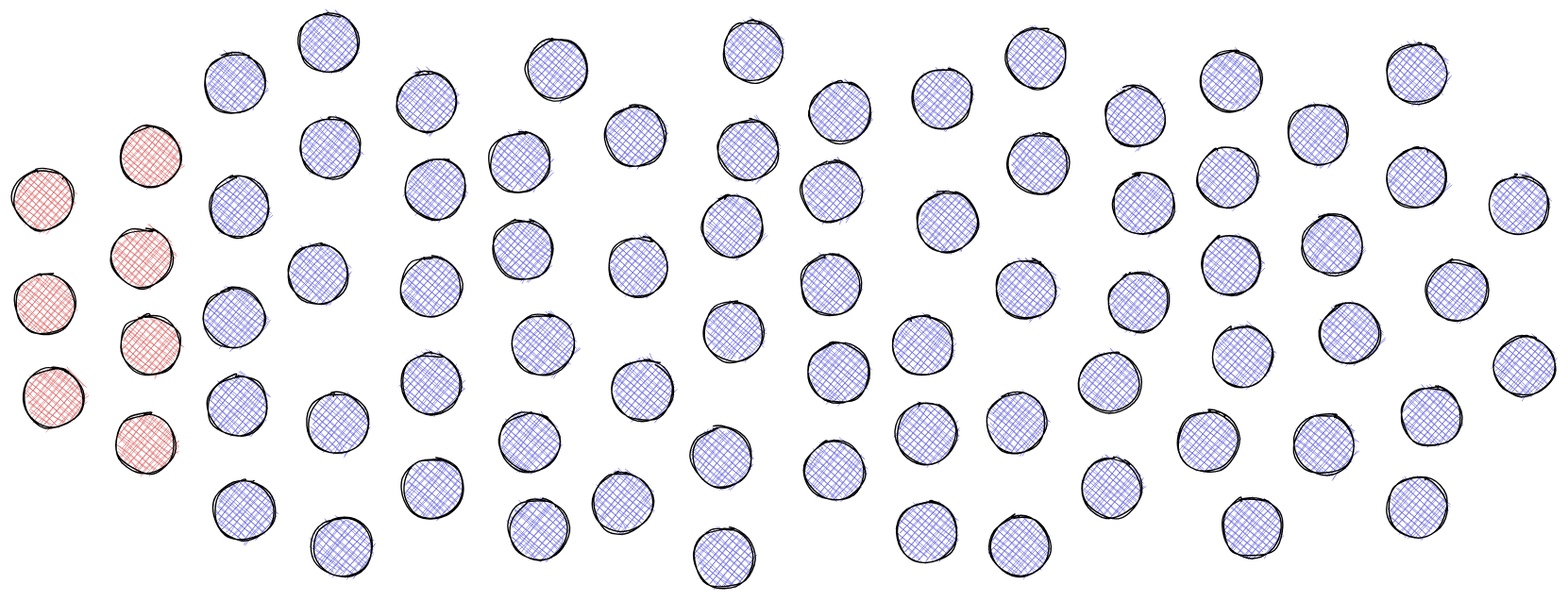
This is img/75claims.svg from tkuhn/sempub-ios-talk, a Excalidraw export, as it was before one commit. Source tidied: one line per element, renumbered; positions are measured from the earlier drawing's top-left corner, leaving out a move shared by most shapes.
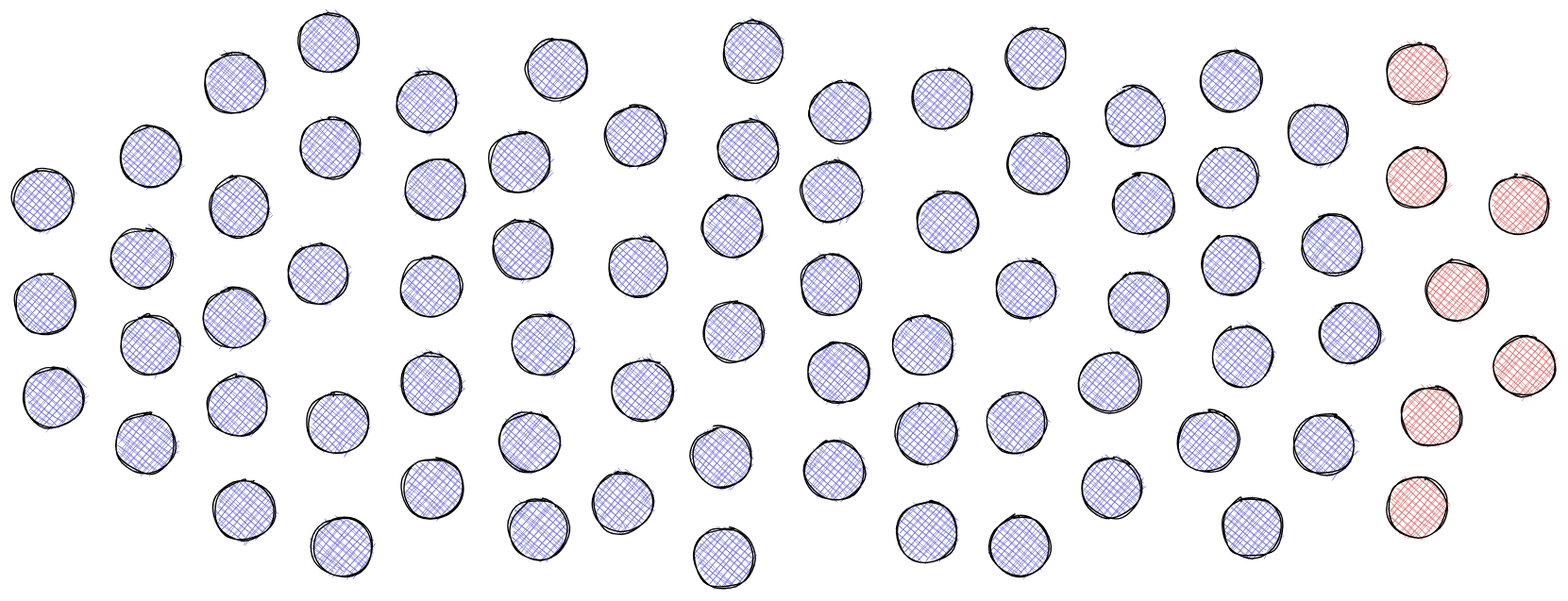
After the change.

Diff of the diagram source:
```diff
@@ -1,11 +1,11 @@
-{"id": 0, "type": "ellipse", "strokeColor": "#000000", "backgroundColor": "#66d", "fillStyle": "cross-hatch", "strokeWidth": 1, "roughness": 1, "x": 1121, "y": 245, "width": 46, "height": 46}
+{"id": 0, "type": "ellipse", "strokeColor": "#000000", "backgroundColor": "#d66", "fillStyle": "cross-hatch", "strokeWidth": 1, "roughness": 1, "x": 1121, "y": 245, "width": 46, "height": 46}
-{"id": 1, "type": "ellipse", "strokeColor": "#000000", "backgroundColor": "#d66", "fillStyle": "cross-hatch", "strokeWidth": 1, "roughness": 1, "x": 0, "y": 118, "width": 46, "height": 46}
+{"id": 1, "type": "ellipse", "strokeColor": "#000000", "backgroundColor": "#66d", "fillStyle": "cross-hatch", "strokeWidth": 1, "roughness": 1, "x": 0, "y": 118, "width": 46, "height": 46}
-{"id": 2, "type": "ellipse", "strokeColor": "#000000", "backgroundColor": "#d66", "fillStyle": "cross-hatch", "strokeWidth": 1, "roughness": 1, "x": 1, "y": 198, "width": 46, "height": 46}
+{"id": 2, "type": "ellipse", "strokeColor": "#000000", "backgroundColor": "#66d", "fillStyle": "cross-hatch", "strokeWidth": 1, "roughness": 1, "x": 1, "y": 198, "width": 46, "height": 46}
-{"id": 3, "type": "ellipse", "strokeColor": "#000000", "backgroundColor": "#d66", "fillStyle": "cross-hatch", "strokeWidth": 1, "roughness": 1, "x": 74, "y": 163, "width": 46, "height": 46}
+{"id": 3, "type": "ellipse", "strokeColor": "#000000", "backgroundColor": "#66d", "fillStyle": "cross-hatch", "strokeWidth": 1, "roughness": 1, "x": 74, "y": 163, "width": 46, "height": 46}
-{"id": 4, "type": "ellipse", "strokeColor": "#000000", "backgroundColor": "#d66", "fillStyle": "cross-hatch", "strokeWidth": 1, "roughness": 1, "x": 81, "y": 229, "width": 46, "height": 46}
+{"id": 4, "type": "ellipse", "strokeColor": "#000000", "backgroundColor": "#66d", "fillStyle": "cross-hatch", "strokeWidth": 1, "roughness": 1, "x": 81, "y": 229, "width": 46, "height": 46}
-{"id": 5, "type": "ellipse", "strokeColor": "#000000", "backgroundColor": "#d66", "fillStyle": "cross-hatch", "strokeWidth": 1, "roughness": 1, "x": 7, "y": 268, "width": 46, "height": 46}
+{"id": 5, "type": "ellipse", "strokeColor": "#000000", "backgroundColor": "#66d", "fillStyle": "cross-hatch", "strokeWidth": 1, "roughness": 1, "x": 7, "y": 268, "width": 46, "height": 46}
 {"id": 6, "type": "ellipse", "strokeColor": "#000000", "backgroundColor": "#66d", "fillStyle": "cross-hatch", "strokeWidth": 1, "roughness": 1, "x": 899, "y": 28, "width": 46, "height": 46}
-{"id": 7, "type": "ellipse", "strokeColor": "#000000", "backgroundColor": "#d66", "fillStyle": "cross-hatch", "strokeWidth": 1, "roughness": 1, "x": 77, "y": 303, "width": 46, "height": 46}
+{"id": 7, "type": "ellipse", "strokeColor": "#000000", "backgroundColor": "#66d", "fillStyle": "cross-hatch", "strokeWidth": 1, "roughness": 1, "x": 77, "y": 303, "width": 46, "height": 46}
 {"id": 8, "type": "ellipse", "strokeColor": "#000000", "backgroundColor": "#66d", "fillStyle": "cross-hatch", "strokeWidth": 1, "roughness": 1, "x": 147, "y": 275, "width": 46, "height": 46}
 {"id": 9, "type": "ellipse", "strokeColor": "#000000", "backgroundColor": "#66d", "fillStyle": "cross-hatch", "strokeWidth": 1, "roughness": 1, "x": 144, "y": 208, "width": 46, "height": 46}
 {"id": 10, "type": "ellipse", "strokeColor": "#000000", "backgroundColor": "#66d", "fillStyle": "cross-hatch", "strokeWidth": 1, "roughness": 1, "x": 145, "y": 30, "width": 46, "height": 46}
@@ -38,10 +38,10 @@
 {"id": 37, "type": "ellipse", "strokeColor": "#000000", "backgroundColor": "#66d", "fillStyle": "cross-hatch", "strokeWidth": 1, "roughness": 1, "x": 598, "y": 324, "width": 46, "height": 46}
 {"id": 38, "type": "ellipse", "strokeColor": "#000000", "backgroundColor": "#66d", "fillStyle": "cross-hatch", "strokeWidth": 1, "roughness": 1, "x": 668, "y": 295, "width": 46, "height": 46}
 {"id": 39, "type": "ellipse", "strokeColor": "#000000", "backgroundColor": "#66d", "fillStyle": "cross-hatch", "strokeWidth": 1, "roughness": 1, "x": 666, "y": 229, "width": 46, "height": 46}
-{"id": 40, "type": "ellipse", "strokeColor": "#000000", "backgroundColor": "#66d", "fillStyle": "cross-hatch", "strokeWidth": 1, "roughness": 1, "x": 1039, "y": 23, "width": 46, "height": 46}
+{"id": 40, "type": "ellipse", "strokeColor": "#000000", "backgroundColor": "#d66", "fillStyle": "cross-hatch", "strokeWidth": 1, "roughness": 1, "x": 1039, "y": 23, "width": 46, "height": 46}
-{"id": 41, "type": "ellipse", "strokeColor": "#000000", "backgroundColor": "#66d", "fillStyle": "cross-hatch", "strokeWidth": 1, "roughness": 1, "x": 1070, "y": 187, "width": 46, "height": 46}
+{"id": 41, "type": "ellipse", "strokeColor": "#000000", "backgroundColor": "#d66", "fillStyle": "cross-hatch", "strokeWidth": 1, "roughness": 1, "x": 1070, "y": 187, "width": 46, "height": 46}
-{"id": 42, "type": "ellipse", "strokeColor": "#000000", "backgroundColor": "#66d", "fillStyle": "cross-hatch", "strokeWidth": 1, "roughness": 1, "x": 1039, "y": 102, "width": 46, "height": 46}
+{"id": 42, "type": "ellipse", "strokeColor": "#000000", "backgroundColor": "#d66", "fillStyle": "cross-hatch", "strokeWidth": 1, "roughness": 1, "x": 1039, "y": 102, "width": 46, "height": 46}
-{"id": 43, "type": "ellipse", "strokeColor": "#000000", "backgroundColor": "#66d", "fillStyle": "cross-hatch", "strokeWidth": 1, "roughness": 1, "x": 1040, "y": 352, "width": 46, "height": 46}
+{"id": 43, "type": "ellipse", "strokeColor": "#000000", "backgroundColor": "#d66", "fillStyle": "cross-hatch", "strokeWidth": 1, "roughness": 1, "x": 1040, "y": 352, "width": 46, "height": 46}
 {"id": 44, "type": "ellipse", "strokeColor": "#000000", "backgroundColor": "#66d", "fillStyle": "cross-hatch", "strokeWidth": 1, "roughness": 1, "x": 537, "y": 6, "width": 46, "height": 46}
 {"id": 45, "type": "ellipse", "strokeColor": "#000000", "backgroundColor": "#66d", "fillStyle": "cross-hatch", "strokeWidth": 1, "roughness": 1, "x": 448, "y": 70, "width": 46, "height": 46}
 {"id": 46, "type": "ellipse", "strokeColor": "#000000", "backgroundColor": "#66d", "fillStyle": "cross-hatch", "strokeWidth": 1, "roughness": 1, "x": 388, "y": 20, "width": 46, "height": 46}
@@ -62,14 +62,14 @@
 {"id": 61, "type": "ellipse", "strokeColor": "#000000", "backgroundColor": "#66d", "fillStyle": "cross-hatch", "strokeWidth": 1, "roughness": 1, "x": 807, "y": 257, "width": 46, "height": 46}
 {"id": 62, "type": "ellipse", "strokeColor": "#000000", "backgroundColor": "#66d", "fillStyle": "cross-hatch", "strokeWidth": 1, "roughness": 1, "x": 808, "y": 336, "width": 46, "height": 46}
 {"id": 63, "type": "ellipse", "strokeColor": "#000000", "backgroundColor": "#66d", "fillStyle": "cross-hatch", "strokeWidth": 1, "roughness": 1, "x": 881, "y": 301, "width": 46, "height": 46}
-{"id": 64, "type": "ellipse", "strokeColor": "#000000", "backgroundColor": "#66d", "fillStyle": "cross-hatch", "strokeWidth": 1, "roughness": 1, "x": 1116, "y": 123, "width": 46, "height": 46}
+{"id": 64, "type": "ellipse", "strokeColor": "#000000", "backgroundColor": "#d66", "fillStyle": "cross-hatch", "strokeWidth": 1, "roughness": 1, "x": 1116, "y": 123, "width": 46, "height": 46}
 {"id": 65, "type": "ellipse", "strokeColor": "#000000", "backgroundColor": "#66d", "fillStyle": "cross-hatch", "strokeWidth": 1, "roughness": 1, "x": 668, "y": 370, "width": 46, "height": 46}
 {"id": 66, "type": "ellipse", "strokeColor": "#000000", "backgroundColor": "#66d", "fillStyle": "cross-hatch", "strokeWidth": 1, "roughness": 1, "x": 739, "y": 381, "width": 46, "height": 46}
 {"id": 67, "type": "ellipse", "strokeColor": "#000000", "backgroundColor": "#66d", "fillStyle": "cross-hatch", "strokeWidth": 1, "roughness": 1, "x": 907, "y": 237, "width": 46, "height": 46}
-{"id": 68, "type": "ellipse", "strokeColor": "#000000", "backgroundColor": "#d66", "fillStyle": "cross-hatch", "strokeWidth": 1, "roughness": 1, "x": 81, "y": 86, "width": 46, "height": 46}
+{"id": 68, "type": "ellipse", "strokeColor": "#000000", "backgroundColor": "#66d", "fillStyle": "cross-hatch", "strokeWidth": 1, "roughness": 1, "x": 81, "y": 86, "width": 46, "height": 46}
 {"id": 69, "type": "ellipse", "strokeColor": "#000000", "backgroundColor": "#66d", "fillStyle": "cross-hatch", "strokeWidth": 1, "roughness": 1, "x": 965, "y": 69, "width": 46, "height": 46}
 {"id": 70, "type": "ellipse", "strokeColor": "#000000", "backgroundColor": "#66d", "fillStyle": "cross-hatch", "strokeWidth": 1, "roughness": 1, "x": 597, "y": 112, "width": 46, "height": 46}
 {"id": 71, "type": "ellipse", "strokeColor": "#000000", "backgroundColor": "#66d", "fillStyle": "cross-hatch", "strokeWidth": 1, "roughness": 1, "x": 378, "y": 228, "width": 46, "height": 46}
 {"id": 72, "type": "ellipse", "strokeColor": "#000000", "backgroundColor": "#66d", "fillStyle": "cross-hatch", "strokeWidth": 1, "roughness": 1, "x": 152, "y": 354, "width": 46, "height": 46}
 {"id": 73, "type": "ellipse", "strokeColor": "#000000", "backgroundColor": "#66d", "fillStyle": "cross-hatch", "strokeWidth": 1, "roughness": 1, "x": 515, "y": 390, "width": 46, "height": 46}
-{"id": 74, "type": "ellipse", "strokeColor": "#000000", "backgroundColor": "#66d", "fillStyle": "cross-hatch", "strokeWidth": 1, "roughness": 1, "x": 1050, "y": 282, "width": 46, "height": 46}
+{"id": 74, "type": "ellipse", "strokeColor": "#000000", "backgroundColor": "#d66", "fillStyle": "cross-hatch", "strokeWidth": 1, "roughness": 1, "x": 1050, "y": 282, "width": 46, "height": 46}
```
